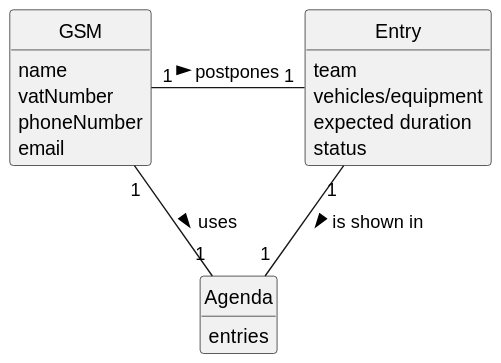
Above: docs/sprint3/us024/02.analysis/svg/us024-domain-model.svg in tiagosoa/lei-24-s2-1dgh-g073 (PlantUML), before the change. The source it was exported from:
```plantuml
@startuml
skinparam monochrome true
skinparam packageStyle rectangle
skinparam shadowing false


skinparam classAttributeIconSize 0

hide circle
hide methods



class GSM {
    name
    vatNumber
    phoneNumber
    email
}

class Entry {
    team
    vehicles/equipment
    expected duration
    status
}

class Agenda {
    entries
}


GSM "1" - "1" Entry: postpones >
GSM "1" -- "1" Agenda: uses >
Entry "1" -- "1" Agenda: is shown in >
@enduml
```
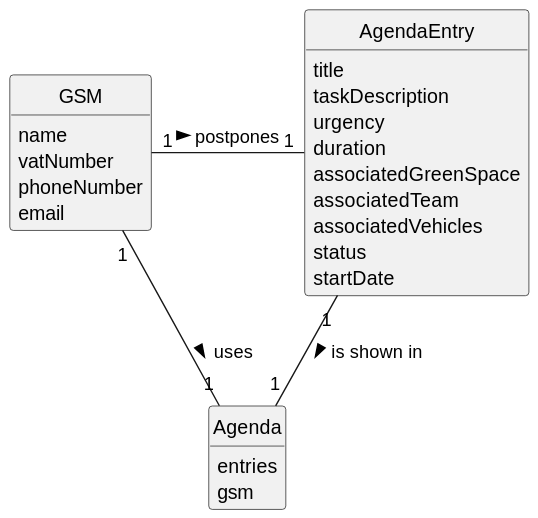
The same diagram one commit later.

The edit, as a diff of the source:
```diff
@@ -18,19 +18,25 @@
     email
 }
 
-class Entry {
-    team
-    vehicles/equipment
-    expected duration
-    status
+class AgendaEntry {
+     title
+     taskDescription
+     urgency
+     duration
+     associatedGreenSpace
+     associatedTeam
+     associatedVehicles
+     status
+     startDate
 }
 
 class Agenda {
     entries
+    gsm
 }
 
 
-GSM "1" - "1" Entry: postpones >
+GSM "1" - "1" AgendaEntry: postpones >
 GSM "1" -- "1" Agenda: uses >
-Entry "1" -- "1" Agenda: is shown in >
+AgendaEntry "1" -- "1" Agenda: is shown in >
 @enduml
```
